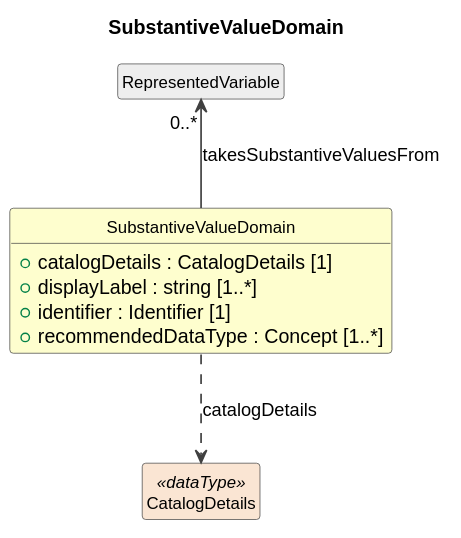
The PlantUML diagram build/field-level-documentation/CDIFDataStructure/Classes/SubstantiveValueDomain.svg in Cross-Domain-Interoperability-Framework/metadataBuildingBlocks, before a commit.
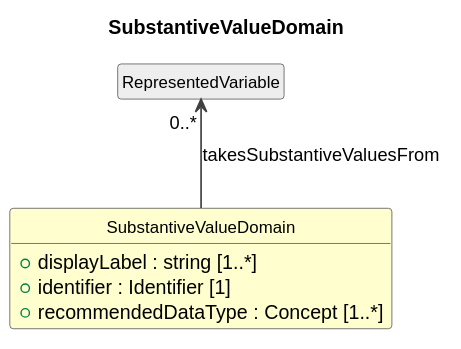
The same file after the commit.

Diff of the diagram source:
```diff
@@ -11,13 +11,10 @@
 }
 
 class "SubstantiveValueDomain" as SubstantiveValueDomain #FEFECE {
-  +catalogDetails : CatalogDetails [1]
   +displayLabel : string [1..*]
   +identifier : Identifier [1]
   +recommendedDataType : Concept [1..*]
 }
 class "RepresentedVariable" as RepresentedVariable #EEEEEE
 RepresentedVariable "0..*" <-- SubstantiveValueDomain : takesSubstantiveValuesFrom
-class "CatalogDetails" as CatalogDetails <<dataType>> #FAE5D3
-SubstantiveValueDomain ..> CatalogDetails : catalogDetails
 @enduml
```
